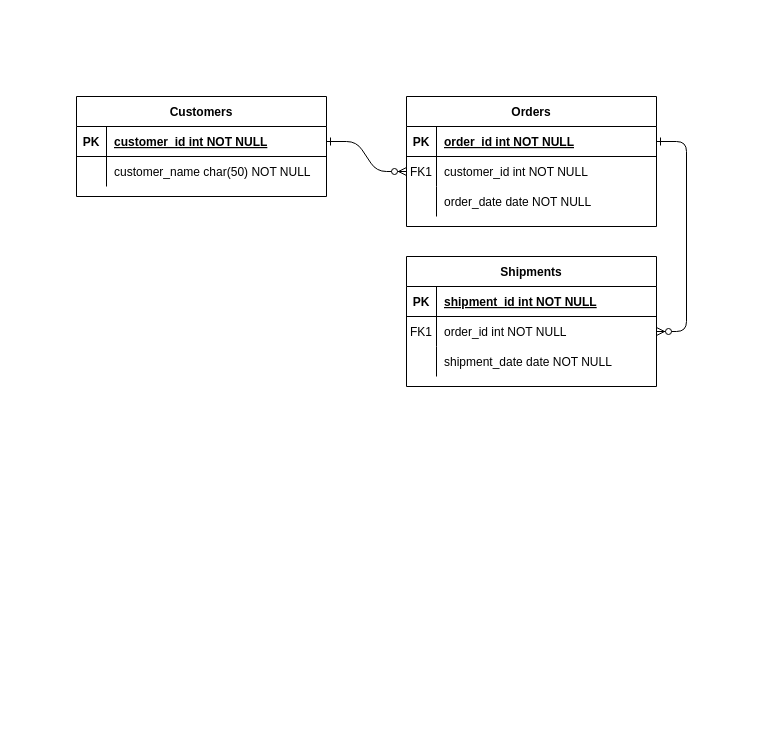
This is Entregable 4.drawio from Yoloxochitl001/BaseDedatos, a draw.io file, before an edit. Source tidied: cells renumbered, new cells numbered last; positions are measured from the earlier drawing's top-left corner, leaving out a move shared by most shapes. Both pictures are drawn from the tidied source at 100%, with x=0, y=0 at pixel (76, 96).
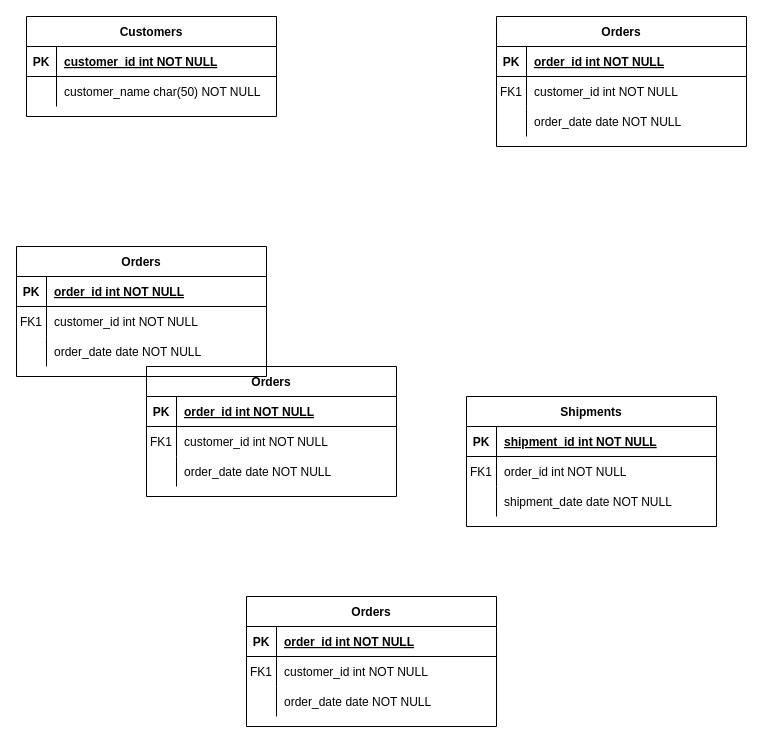
The same diagram, later.

Unchanged cells that the change refers to:
```xml
<mxCell id="5" style="shape=partialRectangle;fillColor=none;points=[[0,0.5],[1,0.5]];portConstraint=eastwest;top=0;left=0;right=0;bottom=1;" parent="4" vertex="1">
  <mxGeometry y="30" width="250" height="30" as="geometry" />
</mxCell>
<mxCell id="8" style="shape=partialRectangle;fillColor=none;points=[[0,0.5],[1,0.5]];portConstraint=eastwest;top=0;left=0;right=0;bottom=0;" parent="4" vertex="1">
  <mxGeometry y="60" width="250" height="30" as="geometry" />
</mxCell>
<mxCell id="18" style="shape=partialRectangle;fillColor=none;points=[[0,0.5],[1,0.5]];portConstraint=eastwest;top=0;left=0;right=0;bottom=0;" parent="14" vertex="1">
  <mxGeometry y="60" width="250" height="30" as="geometry" />
</mxCell>
<mxCell id="25" style="shape=partialRectangle;fillColor=none;points=[[0,0.5],[1,0.5]];portConstraint=eastwest;top=0;left=0;right=0;bottom=1;" parent="24" vertex="1">
  <mxGeometry y="30" width="250" height="30" as="geometry" />
</mxCell>
```

Change to the diagram source:
```diff
@@
-    <mxCell id="2" style="edgeStyle=entityRelationEdgeStyle;endArrow=ERzeroToMany;startArrow=ERone;endFill=1;startFill=0;" parent="1" edge="1" source="25" target="8">
-      <mxGeometry relative="1" as="geometry" />
-    </mxCell>
-    <mxCell id="3" style="edgeStyle=entityRelationEdgeStyle;endArrow=ERzeroToMany;startArrow=ERone;endFill=1;startFill=0;" parent="1" edge="1" source="5" target="18">
-      <mxGeometry relative="1" as="geometry" />
-    </mxCell>
     <mxCell id="4" value="Orders" style="shape=table;startSize=30;childLayout=tableLayout;rowLines=0;fontStyle=1;align=center;" parent="1" vertex="1">
-      <mxGeometry x="330" width="250" height="130" as="geometry" />
+      <mxGeometry x="420" y="-80" width="250" height="130" as="geometry" />
     </mxCell>
@@
     <mxCell id="14" value="Shipments" style="shape=table;startSize=30;childLayout=tableLayout;rowLines=0;fontStyle=1;align=center;" parent="1" vertex="1">
-      <mxGeometry x="330" y="160" width="250" height="130" as="geometry" />
+      <mxGeometry x="390" y="300" width="250" height="130" as="geometry" />
     </mxCell>
@@
     <mxCell id="24" value="Customers" style="shape=table;startSize=30;childLayout=tableLayout;rowLines=0;fontStyle=1;align=center;" parent="1" vertex="1">
-      <mxGeometry width="250" height="100" as="geometry" />
+      <mxGeometry x="-50" y="-80" width="250" height="100" as="geometry" />
     </mxCell>
@@
+    <mxCell id="31" value="Orders" style="shape=table;startSize=30;childLayout=tableLayout;rowLines=0;fontStyle=1;align=center;" parent="1" vertex="1">
+      <mxGeometry x="70" y="270" width="250" height="130" as="geometry" />
+    </mxCell>
+    <mxCell id="32" style="shape=partialRectangle;fillColor=none;top=0;left=0;right=0;bottom=1;" parent="31" vertex="1">
+      <mxGeometry y="30" width="250" height="30" as="geometry" />
+    </mxCell>
+    <mxCell id="33" value="PK" style="shape=partialRectangle;overflow=hidden;fillColor=none;top=0;left=0;bottom=0;right=0;fontStyle=1;" parent="32" vertex="1">
+      <mxGeometry width="30" height="30" as="geometry" />
+    </mxCell>
+    <mxCell id="34" value="order_id int NOT NULL " style="shape=partialRectangle;overflow=hidden;fillColor=none;top=0;left=0;bottom=0;right=0;align=left;spacingLeft=6;fontStyle=5;" parent="32" vertex="1">
+      <mxGeometry x="30" width="220" height="30" as="geometry" />
+    </mxCell>
+    <mxCell id="35" style="shape=partialRectangle;fillColor=none;top=0;left=0;right=0;bottom=0;" parent="31" vertex="1">
+      <mxGeometry y="60" width="250" height="30" as="geometry" />
+    </mxCell>
+    <mxCell id="36" value="FK1" style="shape=partialRectangle;overflow=hidden;fillColor=none;top=0;left=0;bottom=0;right=0;" parent="35" vertex="1">
+      <mxGeometry width="30" height="30" as="geometry" />
+    </mxCell>
+    <mxCell id="37" value="customer_id int NOT NULL" style="shape=partialRectangle;overflow=hidden;fillColor=none;top=0;left=0;bottom=0;right=0;align=left;spacingLeft=6;" parent="35" vertex="1">
+      <mxGeometry x="30" width="220" height="30" as="geometry" />
+    </mxCell>
+    <mxCell id="38" style="shape=partialRectangle;fillColor=none;top=0;left=0;right=0;bottom=0;" parent="31" vertex="1">
+      <mxGeometry y="90" width="250" height="30" as="geometry" />
+    </mxCell>
+    <mxCell id="39" style="shape=partialRectangle;overflow=hidden;fillColor=none;top=0;left=0;bottom=0;right=0;" parent="38" vertex="1">
+      <mxGeometry width="30" height="30" as="geometry" />
+    </mxCell>
+    <mxCell id="40" value="order_date date NOT NULL" style="shape=partialRectangle;overflow=hidden;fillColor=none;top=0;left=0;bottom=0;right=0;align=left;spacingLeft=6;" parent="38" vertex="1">
+      <mxGeometry x="30" width="220" height="30" as="geometry" />
+    </mxCell>
+    <mxCell id="41" value="Orders" style="shape=table;startSize=30;childLayout=tableLayout;rowLines=0;fontStyle=1;align=center;" parent="1" vertex="1">
+      <mxGeometry x="170" y="500" width="250" height="130" as="geometry" />
+    </mxCell>
+    <mxCell id="42" style="shape=partialRectangle;fillColor=none;top=0;left=0;right=0;bottom=1;" parent="41" vertex="1">
+      <mxGeometry y="30" width="250" height="30" as="geometry" />
+    </mxCell>
+    <mxCell id="43" value="PK" style="shape=partialRectangle;overflow=hidden;fillColor=none;top=0;left=0;bottom=0;right=0;fontStyle=1;" parent="42" vertex="1">
+      <mxGeometry width="30" height="30" as="geometry" />
+    </mxCell>
+    <mxCell id="44" value="order_id int NOT NULL " style="shape=partialRectangle;overflow=hidden;fillColor=none;top=0;left=0;bottom=0;right=0;align=left;spacingLeft=6;fontStyle=5;" parent="42" vertex="1">
+      <mxGeometry x="30" width="220" height="30" as="geometry" />
+    </mxCell>
+    <mxCell id="45" style="shape=partialRectangle;fillColor=none;top=0;left=0;right=0;bottom=0;" parent="41" vertex="1">
+      <mxGeometry y="60" width="250" height="30" as="geometry" />
+    </mxCell>
+    <mxCell id="46" value="FK1" style="shape=partialRectangle;overflow=hidden;fillColor=none;top=0;left=0;bottom=0;right=0;" parent="45" vertex="1">
+      <mxGeometry width="30" height="30" as="geometry" />
+    </mxCell>
+    <mxCell id="47" value="customer_id int NOT NULL" style="shape=partialRectangle;overflow=hidden;fillColor=none;top=0;left=0;bottom=0;right=0;align=left;spacingLeft=6;" parent="45" vertex="1">
+      <mxGeometry x="30" width="220" height="30" as="geometry" />
+    </mxCell>
+    <mxCell id="48" style="shape=partialRectangle;fillColor=none;top=0;left=0;right=0;bottom=0;" parent="41" vertex="1">
+      <mxGeometry y="90" width="250" height="30" as="geometry" />
+    </mxCell>
+    <mxCell id="49" style="shape=partialRectangle;overflow=hidden;fillColor=none;top=0;left=0;bottom=0;right=0;" parent="48" vertex="1">
+      <mxGeometry width="30" height="30" as="geometry" />
+    </mxCell>
+    <mxCell id="50" value="order_date date NOT NULL" style="shape=partialRectangle;overflow=hidden;fillColor=none;top=0;left=0;bottom=0;right=0;align=left;spacingLeft=6;" parent="48" vertex="1">
+      <mxGeometry x="30" width="220" height="30" as="geometry" />
+    </mxCell>
+    <mxCell id="51" value="Orders" style="shape=table;startSize=30;childLayout=tableLayout;rowLines=0;fontStyle=1;align=center;" parent="1" vertex="1">
+      <mxGeometry x="-60" y="150" width="250" height="130" as="geometry" />
+    </mxCell>
+    <mxCell id="52" style="shape=partialRectangle;fillColor=none;top=0;left=0;right=0;bottom=1;" parent="51" vertex="1">
+      <mxGeometry y="30" width="250" height="30" as="geometry" />
+    </mxCell>
+    <mxCell id="53" value="PK" style="shape=partialRectangle;overflow=hidden;fillColor=none;top=0;left=0;bottom=0;right=0;fontStyle=1;" parent="52" vertex="1">
+      <mxGeometry width="30" height="30" as="geometry" />
+    </mxCell>
+    <mxCell id="54" value="order_id int NOT NULL " style="shape=partialRectangle;overflow=hidden;fillColor=none;top=0;left=0;bottom=0;right=0;align=left;spacingLeft=6;fontStyle=5;" parent="52" vertex="1">
+      <mxGeometry x="30" width="220" height="30" as="geometry" />
+    </mxCell>
+    <mxCell id="55" style="shape=partialRectangle;fillColor=none;top=0;left=0;right=0;bottom=0;" parent="51" vertex="1">
+      <mxGeometry y="60" width="250" height="30" as="geometry" />
+    </mxCell>
+    <mxCell id="56" value="FK1" style="shape=partialRectangle;overflow=hidden;fillColor=none;top=0;left=0;bottom=0;right=0;" parent="55" vertex="1">
+      <mxGeometry width="30" height="30" as="geometry" />
+    </mxCell>
+    <mxCell id="57" value="customer_id int NOT NULL" style="shape=partialRectangle;overflow=hidden;fillColor=none;top=0;left=0;bottom=0;right=0;align=left;spacingLeft=6;" parent="55" vertex="1">
+      <mxGeometry x="30" width="220" height="30" as="geometry" />
+    </mxCell>
+    <mxCell id="58" style="shape=partialRectangle;fillColor=none;top=0;left=0;right=0;bottom=0;" parent="51" vertex="1">
+      <mxGeometry y="90" width="250" height="30" as="geometry" />
+    </mxCell>
+    <mxCell id="59" style="shape=partialRectangle;overflow=hidden;fillColor=none;top=0;left=0;bottom=0;right=0;" parent="58" vertex="1">
+      <mxGeometry width="30" height="30" as="geometry" />
+    </mxCell>
+    <mxCell id="60" value="order_date date NOT NULL" style="shape=partialRectangle;overflow=hidden;fillColor=none;top=0;left=0;bottom=0;right=0;align=left;spacingLeft=6;" parent="58" vertex="1">
+      <mxGeometry x="30" width="220" height="30" as="geometry" />
+    </mxCell>
```
